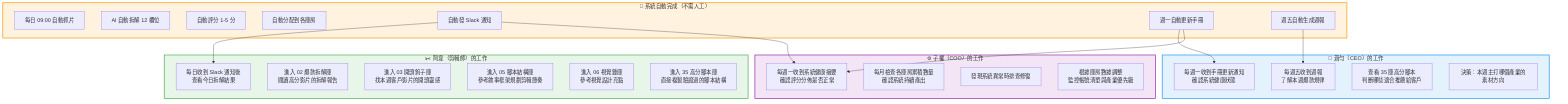
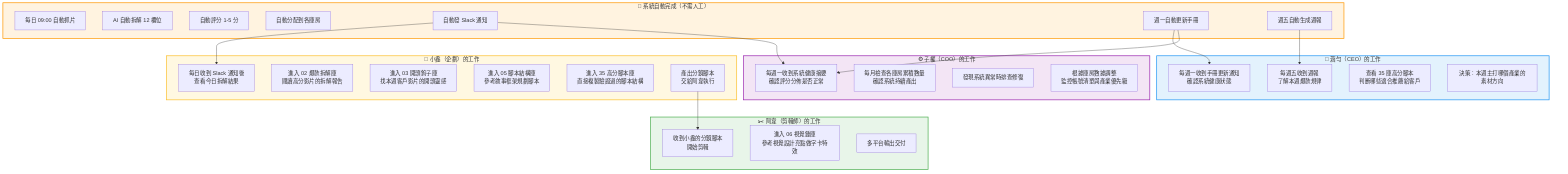
graph TB
    subgraph AUTO["🤖 系統自動完成（不需人工）"]
        S1["每日 09:00 自動抓片"]
        S2["AI 自動拆解 12 欄位"]
        S3["自動評分 1-5 分"]
        S4["自動分配到各庫房"]
        S5["自動發 Slack 通知"]
        S6["週一自動更新手冊"]
        S7["週五自動生成週報"]
    end

+     subgraph XIAOXIN["📝 小鑫（企劃）的工作"]
+         XX1["每日收到 Slack 通知後\n查看今日拆解結果"]
+         XX2["進入 02 爆款拆解庫\n閱讀高分影片的拆解報告"]
+         XX3["進入 03 開頭鉤子庫\n找本週客戶影片的開頭靈感"]
+         XX4["進入 05 腳本結構庫\n參考敘事框架規劃腳本"]
+         XX5["進入 35 高分腳本庫\n直接複製驗證過的腳本結構"]
+         XX6["產出分鏡腳本\n交給阿韋執行"]
+     end
+ 
    subgraph AWEI["✂️ 阿韋（剪輯師）的工作"]
-         AW1["每日收到 Slack 通知後\n查看今日拆解結果"]
-         AW2["進入 02 爆款拆解庫\n閱讀高分影片的拆解報告"]
-         AW3["進入 03 開頭鉤子庫\n找本週客戶影片的開頭靈感"]
-         AW4["進入 05 腳本結構庫\n參考敘事框架規劃剪輯節奏"]
-         AW5["進入 06 視覺錘庫\n參考視覺設計亮點"]
-         AW6["進入 35 高分腳本庫\n直接複製驗證過的腳本結構"]
+         AW1["收到小鑫的分鏡腳本\n開始剪輯"]
+         AW5["進入 06 視覺錘庫\n參考視覺設計亮點做字卡特效"]
+         AW7["多平台輸出交付"]
    end

    subgraph HANGYUN["👑 涵勻（CEO）的工作"]
        HY1["每週五收到週報\n了解本週爆款規律"]
        HY2["每週一收到手冊更新通知\n確認系統健康狀態"]
        HY3["查看 35 庫高分腳本\n判斷哪些適合推薦給客戶"]
        HY4["決策：本週主打哪個產業的素材方向"]
    end

    subgraph ZIQUAN["⚙️ 子權（COO）的工作"]
        ZQ1["每週一收到系統健康摘要\n確認評分分佈是否正常"]
        ZQ2["每月檢查各庫房累積數量\n確認系統持續產出"]
        ZQ3["發現系統異常時排查修復"]
        ZQ4["根據庫房數據調整\n監控帳號清單與產業優先級"]
    end

-     S5 --> AW1
+     S5 --> XX1
+     XX6 --> AW1
    S5 --> ZQ1
    S7 --> HY1
    S6 --> HY2
    S6 --> ZQ1

    style AUTO fill:#FFF3E0,stroke:#FF9800,stroke-width:2px
+     style XIAOXIN fill:#FFF8E1,stroke:#FBC02D,stroke-width:2px
    style AWEI fill:#E8F5E9,stroke:#4CAF50,stroke-width:2px
    style HANGYUN fill:#E3F2FD,stroke:#2196F3,stroke-width:2px
    style ZIQUAN fill:#F3E5F5,stroke:#9C27B0,stroke-width:2px
